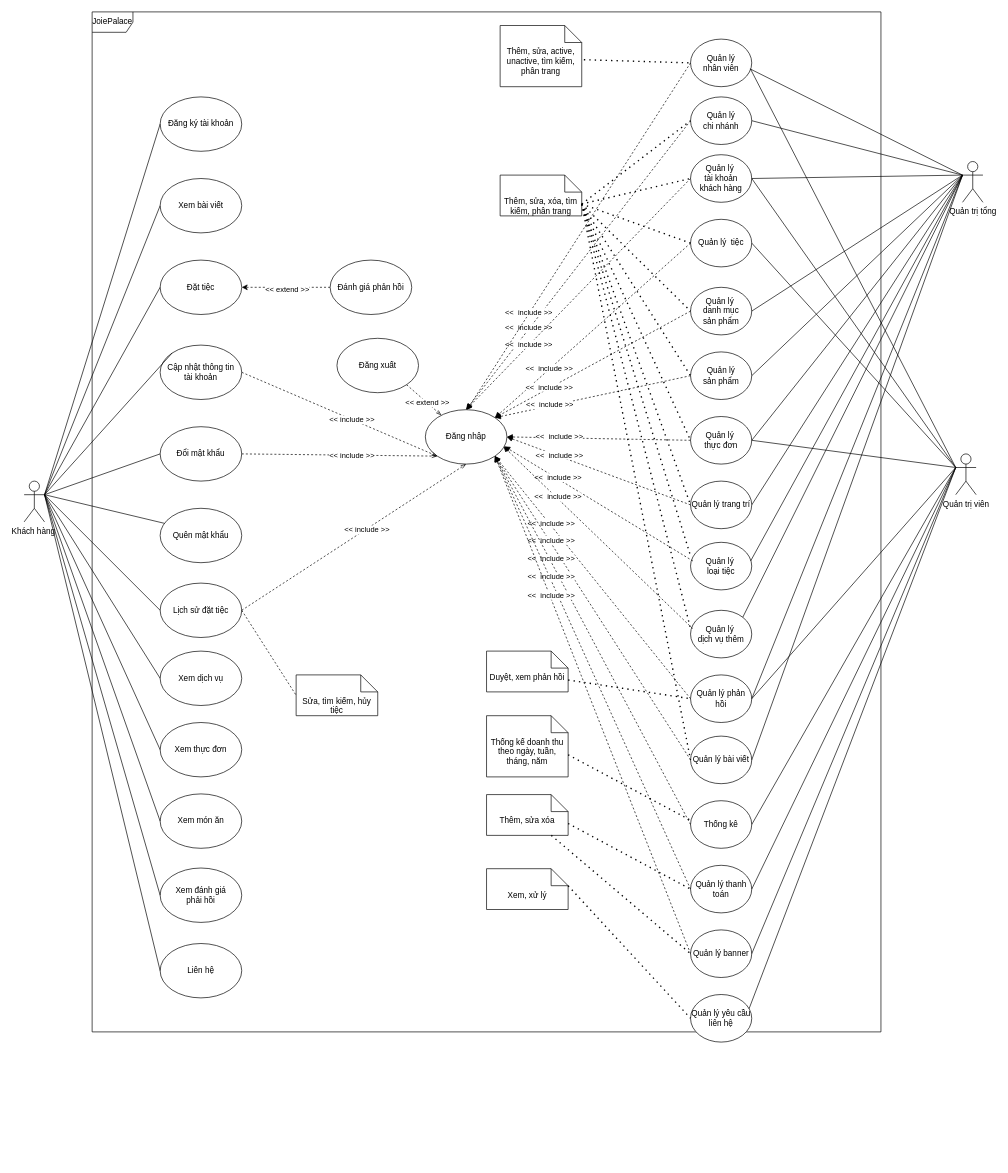
HongSon04/ERD-Joie-Palace keeps this draw.io diagram as page "UseCase updated" (5 of 6) of Joie Palace.drawio. Above is the earlier version. Source tidied: cells renumbered, new cells numbered last; positions are measured from the earlier drawing's top-left corner, leaving out a move shared by most shapes. Both pictures are drawn from the tidied source at 68%, with x=0, y=0 at pixel (24, 12).
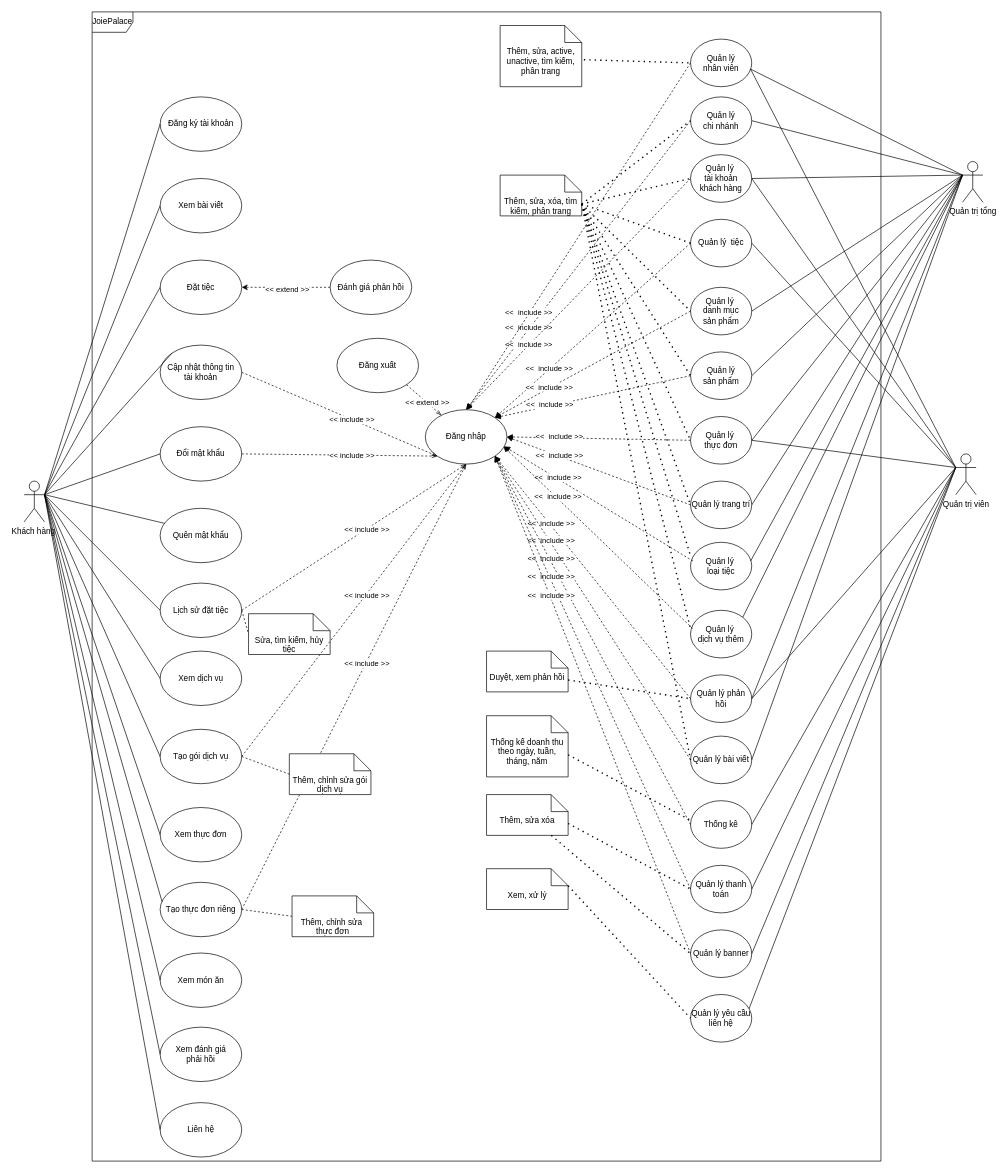
After the change.

The change refers to these unchanged cells:
```xml
<mxCell id="2" value="Khách hàng&amp;nbsp;&lt;div&gt;&lt;br&gt;&lt;/div&gt;" style="shape=umlActor;verticalLabelPosition=bottom;verticalAlign=top;html=1;outlineConnect=0;" parent="1" vertex="1">
  <mxGeometry y="690" width="30" height="60" as="geometry" />
</mxCell>
<mxCell id="13" value="Đăng nhập" style="ellipse;whiteSpace=wrap;html=1;" parent="1" vertex="1">
  <mxGeometry x="590" y="585" width="120" height="80" as="geometry" />
</mxCell>
```

Diff of the diagram source:
```diff
@@
-    <mxCell id="17" value="Sửa, tìm kiếm, hủy tiệc" style="shape=note2;boundedLbl=1;whiteSpace=wrap;html=1;size=25;verticalAlign=top;align=center;" parent="1" vertex="1">
-      <mxGeometry x="400" y="975" width="120" height="60" as="geometry" />
-    </mxCell>
@@
+    <mxCell id="17" value="Sửa, tìm kiếm, hủy tiệc" style="shape=note2;boundedLbl=1;whiteSpace=wrap;html=1;size=25;verticalAlign=top;align=center;" parent="1" vertex="1">
+      <mxGeometry x="330" y="885" width="120" height="60" as="geometry" />
+    </mxCell>
@@
     <mxCell id="22" value="JoiePalace" style="shape=umlFrame;whiteSpace=wrap;html=1;width=60;height=30;" parent="1" vertex="1">
-      <mxGeometry x="100" width="1160" height="1500" as="geometry" />
+      <mxGeometry x="100" width="1160" height="1690" as="geometry" />
     </mxCell>
@@
     <mxCell id="98" value="Xem thực đơn" style="ellipse;whiteSpace=wrap;html=1;" parent="1" vertex="1">
-      <mxGeometry x="200" y="1045" width="120" height="80" as="geometry" />
+      <mxGeometry x="200" y="1170" width="120" height="80" as="geometry" />
     </mxCell>
     <mxCell id="99" value="Xem món ăn" style="ellipse;whiteSpace=wrap;html=1;" parent="1" vertex="1">
-      <mxGeometry x="200" y="1150" width="120" height="80" as="geometry" />
+      <mxGeometry x="200" y="1384" width="120" height="80" as="geometry" />
     </mxCell>
     <mxCell id="100" value="&lt;div&gt;Xem đánh giá &lt;br&gt;&lt;/div&gt;&lt;div&gt;phải hồi&lt;br&gt;&lt;/div&gt;" style="ellipse;whiteSpace=wrap;html=1;" parent="1" vertex="1">
-      <mxGeometry x="200" y="1259" width="120" height="80" as="geometry" />
+      <mxGeometry x="200" y="1493" width="120" height="80" as="geometry" />
     </mxCell>
@@
     <mxCell id="102" value="Liên hệ" style="ellipse;whiteSpace=wrap;html=1;" parent="1" vertex="1">
-      <mxGeometry x="200" y="1370" width="120" height="80" as="geometry" />
+      <mxGeometry x="200" y="1604" width="120" height="80" as="geometry" />
     </mxCell>
@@
+    <mxCell id="133" value="Tạo thực đơn riêng" style="ellipse;whiteSpace=wrap;html=1;" parent="1" vertex="1">
+      <mxGeometry x="200" y="1280" width="120" height="80" as="geometry" />
+    </mxCell>
+    <mxCell id="134" style="endArrow=openThin;dashed=1;html=1;rounded=0;endFill=0;exitX=1;exitY=0.5;exitDx=0;exitDy=0;entryX=0.5;entryY=1;entryDx=0;entryDy=0;" parent="1" edge="1" source="133" target="13">
+      <mxGeometry relative="1" as="geometry" />
+    </mxCell>
+    <mxCell id="135" value="&amp;lt;&amp;lt; include &amp;gt;&amp;gt;" style="edgeLabel;html=1;align=center;verticalAlign=middle;" parent="134" vertex="1">
+      <mxGeometry x="0.11" y="1" relative="1" as="geometry">
+        <mxPoint x="1" y="2" as="offset" />
+      </mxGeometry>
+    </mxCell>
+    <mxCell id="136" style="endArrow=none;html=1;rounded=0;entryX=0.024;entryY=0.359;entryDx=0;entryDy=0;exitX=1;exitY=0.3333333333333333;exitDx=0;exitDy=0;exitPerimeter=0;entryPerimeter=0;" parent="1" edge="1" source="2" target="133">
+      <mxGeometry relative="1" as="geometry" />
+    </mxCell>
+    <mxCell id="137" value="Tạo gói dịch vụ" style="ellipse;whiteSpace=wrap;html=1;" parent="1" vertex="1">
+      <mxGeometry x="200" y="1055" width="120" height="80" as="geometry" />
+    </mxCell>
+    <mxCell id="138" style="endArrow=none;html=1;rounded=0;entryX=0;entryY=0.5;entryDx=0;entryDy=0;exitX=1;exitY=0.3333333333333333;exitDx=0;exitDy=0;exitPerimeter=0;" parent="1" edge="1" source="2" target="137">
+      <mxGeometry relative="1" as="geometry" />
+    </mxCell>
+    <mxCell id="139" value="Thêm, chỉnh sửa gói dịch vụ" style="shape=note2;boundedLbl=1;whiteSpace=wrap;html=1;size=25;verticalAlign=top;align=center;" parent="1" vertex="1">
+      <mxGeometry x="390" y="1091" width="120" height="60" as="geometry" />
+    </mxCell>
+    <mxCell id="140" style="endArrow=openThin;dashed=1;html=1;rounded=0;endFill=0;exitX=1;exitY=0.5;exitDx=0;exitDy=0;entryX=0.5;entryY=1;entryDx=0;entryDy=0;" parent="1" edge="1" source="137" target="13">
+      <mxGeometry relative="1" as="geometry" />
+    </mxCell>
+    <mxCell id="141" value="&amp;lt;&amp;lt; include &amp;gt;&amp;gt;" style="edgeLabel;html=1;align=center;verticalAlign=middle;" parent="140" vertex="1">
+      <mxGeometry x="0.11" y="1" relative="1" as="geometry">
+        <mxPoint x="1" y="2" as="offset" />
+      </mxGeometry>
+    </mxCell>
+    <mxCell id="142" style="endArrow=none;dashed=1;html=1;rounded=0;exitX=1;exitY=0.5;exitDx=0;exitDy=0;entryX=0;entryY=0.5;entryDx=0;entryDy=0;entryPerimeter=0;" parent="1" edge="1" source="137" target="139">
+      <mxGeometry relative="1" as="geometry" />
+    </mxCell>
+    <mxCell id="143" value="&lt;div&gt;Thêm, chỉnh sửa&amp;nbsp;&lt;/div&gt;&lt;div&gt;thực đơn&lt;/div&gt;" style="shape=note2;boundedLbl=1;whiteSpace=wrap;html=1;size=25;verticalAlign=top;align=center;" parent="1" vertex="1">
+      <mxGeometry x="394" y="1300" width="120" height="60" as="geometry" />
+    </mxCell>
+    <mxCell id="144" style="endArrow=none;dashed=1;html=1;rounded=0;exitX=1;exitY=0.5;exitDx=0;exitDy=0;entryX=0;entryY=0.5;entryDx=0;entryDy=0;entryPerimeter=0;" parent="1" edge="1" source="133" target="143">
+      <mxGeometry relative="1" as="geometry" />
+    </mxCell>
```
